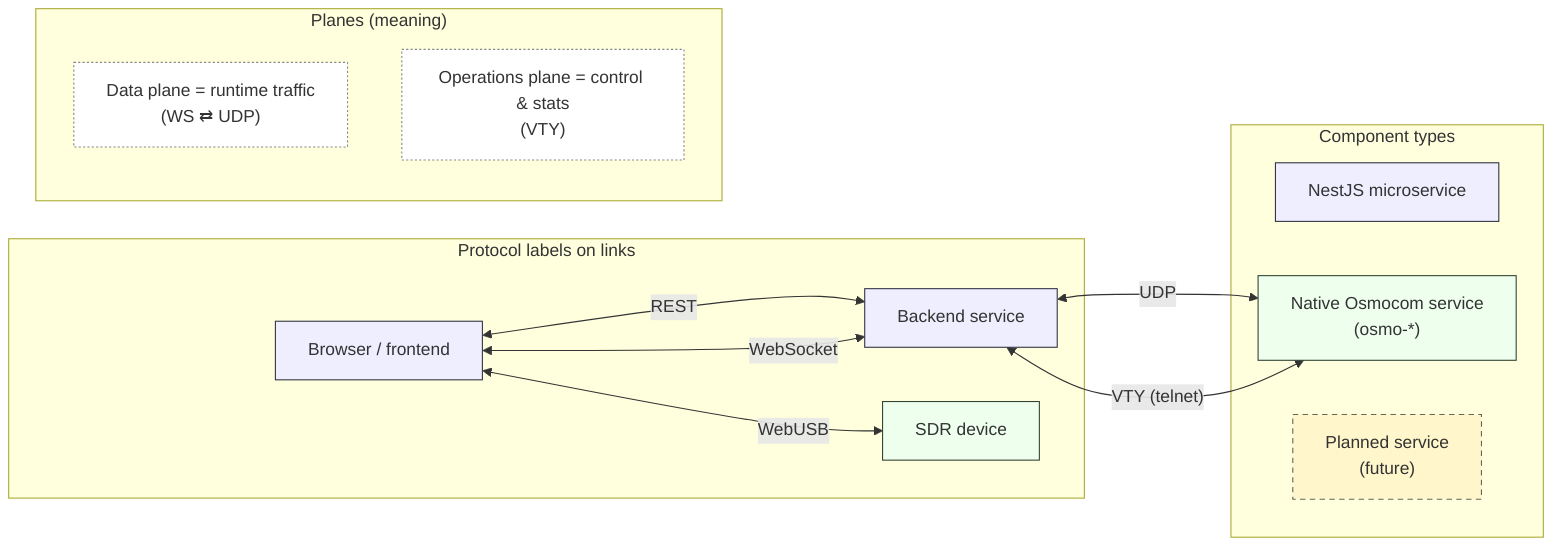
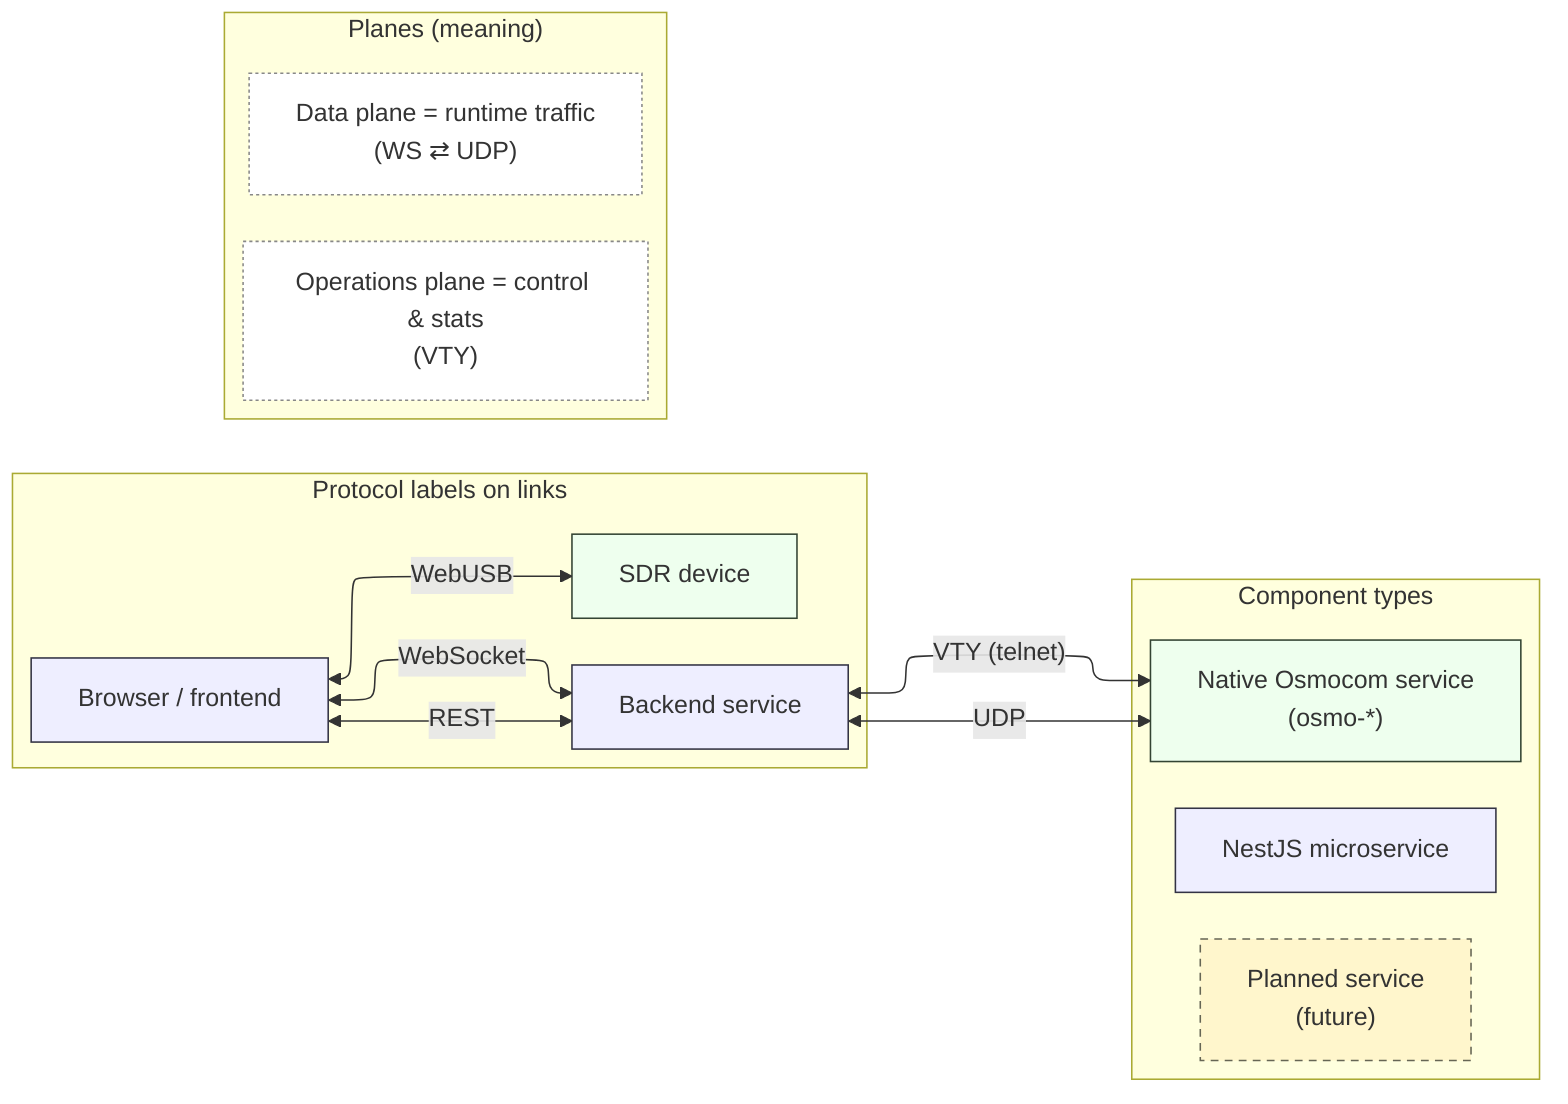
+ ---
+ config:
+   layout: elk
+ ---
flowchart LR
  %% Legend / Notation for architecture diagrams (clear version)

  subgraph C["Component types"]
    SVC["NestJS microservice"]:::svc
    NAT["Native Osmocom service<br/>(osmo-*)"]:::native
    PLN["Planned service<br/>(future)"]:::planned
  end

  subgraph P["Protocol labels on links"]
    A["Browser / frontend"]:::svc
    B["Backend service"]:::svc

    A <--> |"REST"| B
    A <--> |"WebSocket"| B
    B <--> |"UDP"| NAT
    B <--> |"VTY (telnet)"| NAT
    A <--> |"WebUSB"| SDR["SDR device"]:::native
  end

  subgraph L["Planes (meaning)"]
    DP["Data plane = runtime traffic<br/>(WS ⇄ UDP)"]:::note
    OP["Operations plane = control & stats<br/>(VTY)"]:::note
  end

  classDef svc fill:#eef,stroke:#334,stroke-width:1px;
  classDef native fill:#efe,stroke:#343,stroke-width:1px;
  classDef planned fill:#fff6cc,stroke:#665,stroke-width:1px,stroke-dasharray:5 4;
  classDef note fill:#fff,stroke:#888,stroke-width:1px,stroke-dasharray:2 2;
